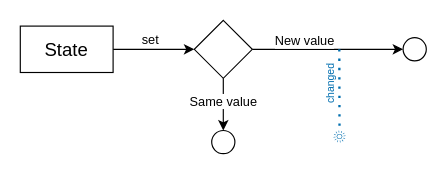
Before: diagrams/State.drawio in yuriyyakym/awai, a draw.io diagram. Source tidied: cells renumbered, new cells numbered last; positions are measured from the earlier drawing's top-left corner, leaving out a move shared by most shapes. Both pictures are drawn from the tidied source at 116%, with x=0, y=0 at pixel (20, 20).
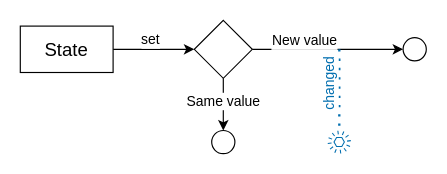
The same diagram, later.

Commit message (it also covers changes not shown here):
Update State diagram

Diff of the diagram source:
```diff
@@
 <mxGraphModel>
   <root>
     <mxCell id="0" />
     <mxCell id="1" parent="0" />
     <mxCell id="2" style="edgeStyle=orthogonalEdgeStyle;rounded=0;jettySize=auto;html=1;" parent="1" edge="1" source="4" target="9">
       <mxGeometry relative="1" as="geometry" />
     </mxCell>
-    <mxCell id="3" value="set" style="edgeLabel;html=1;align=center;verticalAlign=middle;" parent="2" vertex="1">
+    <mxCell id="3" value="set" style="edgeLabel;html=1;align=center;verticalAlign=middle;fontSize=12;" parent="2" vertex="1">
       <mxGeometry x="-0.12" y="1" relative="1" as="geometry">
         <mxPoint y="-8" as="offset" />
       </mxGeometry>
     </mxCell>
     <mxCell id="4" value="State" style="rounded=0;whiteSpace=wrap;html=1;fontSize=16;" parent="1" vertex="1">
       <mxGeometry y="5" width="80" height="40" as="geometry" />
     </mxCell>
     <mxCell id="5" style="edgeStyle=orthogonalEdgeStyle;rounded=0;jettySize=auto;html=1;" parent="1" edge="1" source="9" target="10">
       <mxGeometry relative="1" as="geometry" />
     </mxCell>
-    <mxCell id="6" value="Same value" style="edgeLabel;html=1;align=center;verticalAlign=middle;" parent="5" vertex="1">
+    <mxCell id="6" value="Same value" style="edgeLabel;html=1;align=center;verticalAlign=middle;fontSize=12;" parent="5" vertex="1">
       <mxGeometry x="-0.14" y="-1" relative="1" as="geometry" />
     </mxCell>
     <mxCell id="7" style="edgeStyle=orthogonalEdgeStyle;rounded=0;jettySize=auto;html=1;" parent="1" edge="1" source="9" target="11">
       <mxGeometry relative="1" as="geometry" />
     </mxCell>
-    <mxCell id="8" value="New value" style="edgeLabel;html=1;align=center;verticalAlign=middle;" parent="7" vertex="1">
+    <mxCell id="8" value="New value" style="edgeLabel;html=1;align=center;verticalAlign=middle;fontSize=12;" parent="7" vertex="1">
       <mxGeometry x="-0.24" y="1" relative="1" as="geometry">
         <mxPoint x="-5" y="-7" as="offset" />
       </mxGeometry>
     </mxCell>
     <mxCell id="9" style="rhombus;whiteSpace=wrap;html=1;" parent="1" vertex="1">
       <mxGeometry x="150" width="50" height="50" as="geometry" />
     </mxCell>
     <mxCell id="10" style="ellipse;whiteSpace=wrap;html=1;" parent="1" vertex="1">
       <mxGeometry x="165" y="95" width="20" height="20" as="geometry" />
     </mxCell>
     <mxCell id="11" style="ellipse;whiteSpace=wrap;html=1;" parent="1" vertex="1">
       <mxGeometry x="330" y="15" width="20" height="20" as="geometry" />
     </mxCell>
     <mxCell id="12" style="endArrow=none;dashed=1;html=1;dashPattern=1 3;strokeWidth=2;rounded=0;fillColor=#1ba1e2;strokeColor=#006EAF;" parent="1" edge="1" target="14">
       <mxGeometry relative="1" as="geometry">
         <mxPoint x="275" y="25" as="sourcePoint" />
       </mxGeometry>
     </mxCell>
-    <mxCell id="13" value="changed&lt;br&gt;" style="edgeLabel;html=1;align=center;verticalAlign=middle;fontSize=9;fontColor=#006EAF;rotation=270;" parent="12" vertex="1">
+    <mxCell id="13" value="changed&lt;br style=&quot;font-size: 12px;&quot;&gt;" style="edgeLabel;html=1;align=center;verticalAlign=middle;fontSize=12;fontColor=#006EAF;rotation=270;" parent="12" vertex="1">
       <mxGeometry x="0.21" relative="1" as="geometry">
-        <mxPoint x="-7" y="-11" as="offset" />
+        <mxPoint x="-9" y="-11" as="offset" />
       </mxGeometry>
     </mxCell>
     <mxCell id="14" style="sketch=0;outlineConnect=0;fontColor=#ffffff;fillColor=#006EAF;strokeColor=#006EAF;dashed=0;verticalLabelPosition=bottom;verticalAlign=top;align=center;html=1;fontSize=12;fontStyle=0;shape=mxgraph.aws4.event;" parent="1" vertex="1">
-      <mxGeometry x="270" y="95" width="10.4" height="10.4" as="geometry" />
+      <mxGeometry x="265" y="95" width="20" height="20" as="geometry" />
     </mxCell>
   </root>
 </mxGraphModel>
```
